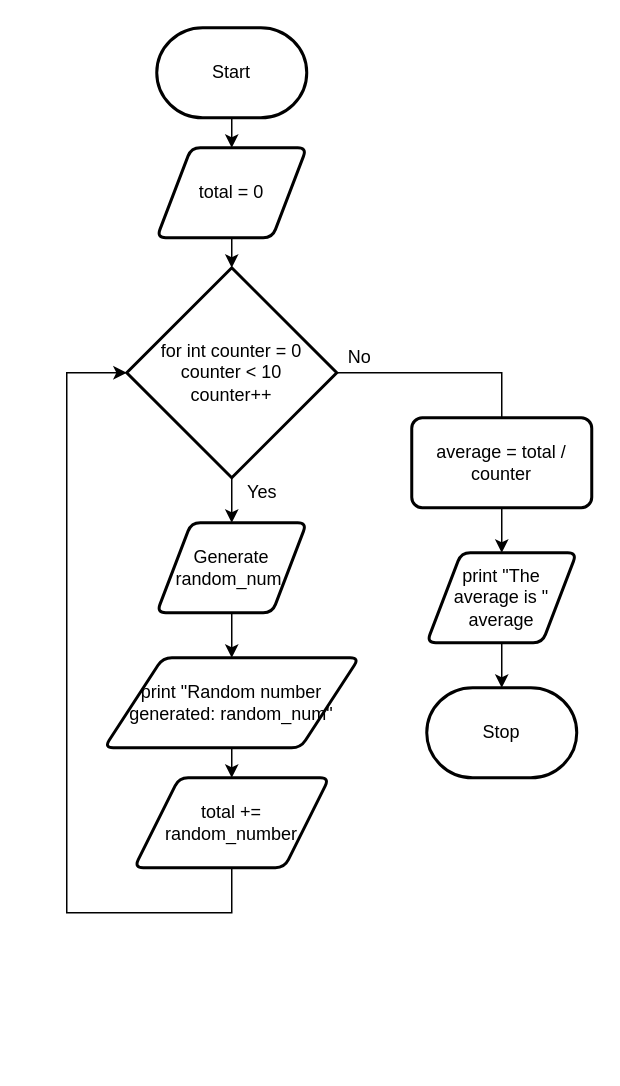
This is drawio/flowchart.drawio from Aidan-Lalonde-Novales/ICS3U-Unit6-01-Python, a draw.io file, before an edit. Source tidied: cells renumbered, new cells numbered last; positions are measured from the earlier drawing's top-left corner, leaving out a move shared by most shapes. Both pictures are drawn from the tidied source at 150%, with x=0, y=0 at pixel (66, 27).
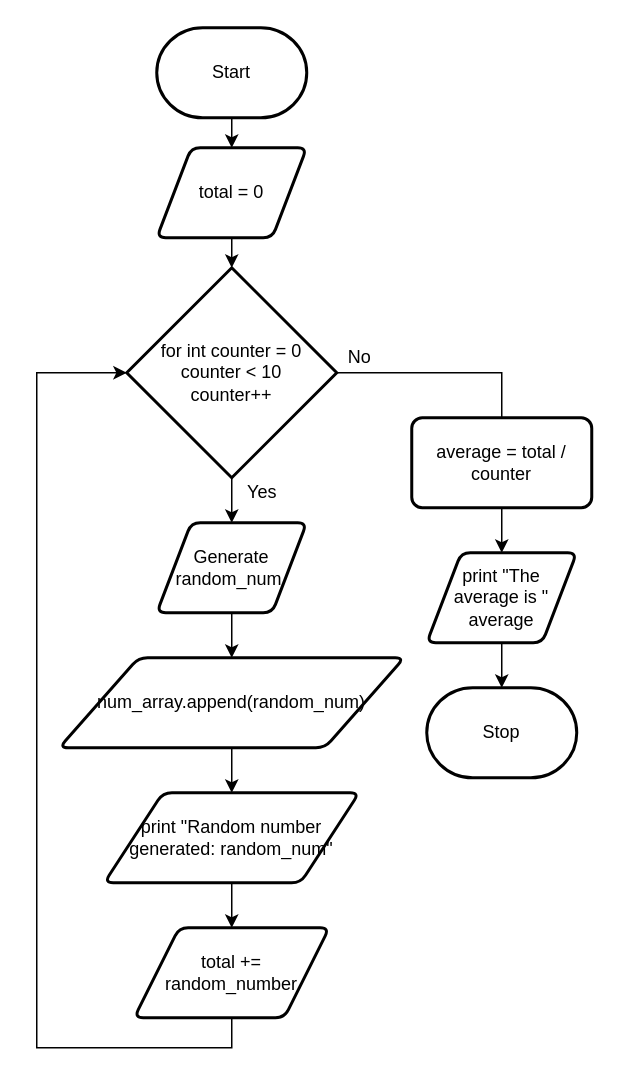
The same page after the edit.

Unchanged cells that the change refers to:
```xml
<mxCell id="7" value="for int counter = 0&lt;br&gt;counter &amp;lt; 10&lt;br&gt;counter++" style="strokeWidth=2;html=1;shape=mxgraph.flowchart.decision;whiteSpace=wrap;" parent="1" vertex="1">
  <mxGeometry x="40" y="160" width="140" height="140" as="geometry" />
</mxCell>
<mxCell id="9" value="Generate &lt;br&gt;random_num&amp;nbsp;" style="shape=parallelogram;html=1;strokeWidth=2;perimeter=parallelogramPerimeter;whiteSpace=wrap;rounded=1;arcSize=12;size=0.23;" parent="1" vertex="1">
  <mxGeometry x="60" y="330" width="100" height="60" as="geometry" />
</mxCell>
```

What changed in the source:
```diff
@@
-    <mxCell id="8" style="edgeStyle=none;html=1;exitX=0.5;exitY=1;exitDx=0;exitDy=0;entryX=0.5;entryY=0;entryDx=0;entryDy=0;" parent="1" edge="1" source="9" target="11">
-      <mxGeometry relative="1" as="geometry" />
+    <mxCell id="8" style="edgeStyle=none;html=1;exitX=0.5;exitY=1;exitDx=0;exitDy=0;entryX=0.5;entryY=0;entryDx=0;entryDy=0;" parent="1" edge="1" target="11">
+      <mxGeometry relative="1" as="geometry">
+        <mxPoint x="110" y="480" as="sourcePoint" />
+      </mxGeometry>
     </mxCell>
+    <mxCell id="22" style="edgeStyle=none;rounded=0;html=1;exitX=0.5;exitY=1;exitDx=0;exitDy=0;entryX=0.5;entryY=0;entryDx=0;entryDy=0;" parent="1" edge="1" source="9" target="23">
+      <mxGeometry relative="1" as="geometry" />
+    </mxCell>
@@
     <mxCell id="11" value="print &quot;Random number generated: random_num&quot;" style="shape=parallelogram;html=1;strokeWidth=2;perimeter=parallelogramPerimeter;whiteSpace=wrap;rounded=1;arcSize=12;size=0.23;" parent="1" vertex="1">
-      <mxGeometry x="25" y="420" width="170" height="60" as="geometry" />
+      <mxGeometry x="25" y="510" width="170" height="60" as="geometry" />
     </mxCell>
@@
-    <mxCell id="13" style="edgeStyle=none;rounded=0;html=1;exitX=0.5;exitY=1;exitDx=0;exitDy=0;entryX=0;entryY=0.5;entryDx=0;entryDy=0;entryPerimeter=0;" parent="1" edge="1" source="14" target="7">
+    <mxCell id="13" style="edgeStyle=none;html=1;exitX=0.5;exitY=1;exitDx=0;exitDy=0;entryX=0;entryY=0.5;entryDx=0;entryDy=0;entryPerimeter=0;rounded=0;" parent="1" edge="1" source="14" target="7">
       <mxGeometry relative="1" as="geometry">
         <Array as="points">
-          <mxPoint x="110" y="590" />
-          <mxPoint y="590" />
-          <mxPoint y="230" />
+          <mxPoint x="110" y="680" />
+          <mxPoint x="-20" y="680" />
+          <mxPoint x="-20" y="230" />
         </Array>
       </mxGeometry>
     </mxCell>
     <mxCell id="14" value="total += &lt;br&gt;random_number" style="shape=parallelogram;html=1;strokeWidth=2;perimeter=parallelogramPerimeter;whiteSpace=wrap;rounded=1;arcSize=12;size=0.23;" parent="1" vertex="1">
-      <mxGeometry x="45" y="500" width="130" height="60" as="geometry" />
+      <mxGeometry x="45" y="600" width="130" height="60" as="geometry" />
     </mxCell>
@@
+    <mxCell id="23" value="num_array.append(random_num)" style="shape=parallelogram;html=1;strokeWidth=2;perimeter=parallelogramPerimeter;whiteSpace=wrap;rounded=1;arcSize=12;size=0.23;" parent="1" vertex="1">
+      <mxGeometry x="-5" y="420" width="230" height="60" as="geometry" />
+    </mxCell>
```
